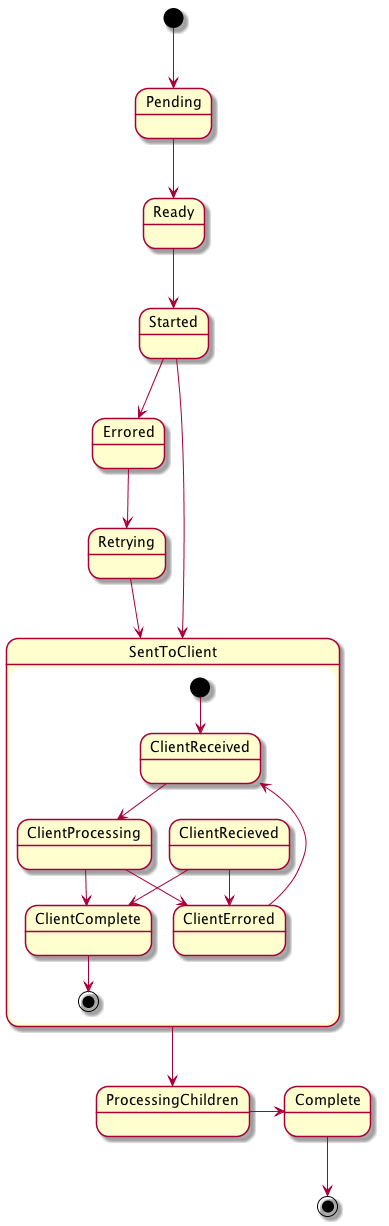
Above: documentation/state_machine.png in groupon/backbeat (PlantUML), before the change. Its diagram source:
```plantuml
@startuml
[*] --> Pending
Pending --> Ready
Ready --> Started
Started --> SentToClient
Started --> Errored

state SentToClient {
  [*] -->  ClientReceived
  ClientReceived -->  ClientProcessing
  ClientRecieved -->  ClientErrored
  ClientProcessing -->  ClientErrored
  ClientProcessing -->  ClientComplete
  ClientRecieved -->  ClientComplete
  ClientErrored -->  ClientReceived
  ClientComplete --> [*]
}
SentToClient --> ProcessingChildren
ProcessingChildren -> Complete

Errored --> Retrying
Retrying --> SentToClient

Complete --> [*]
@enduml
```
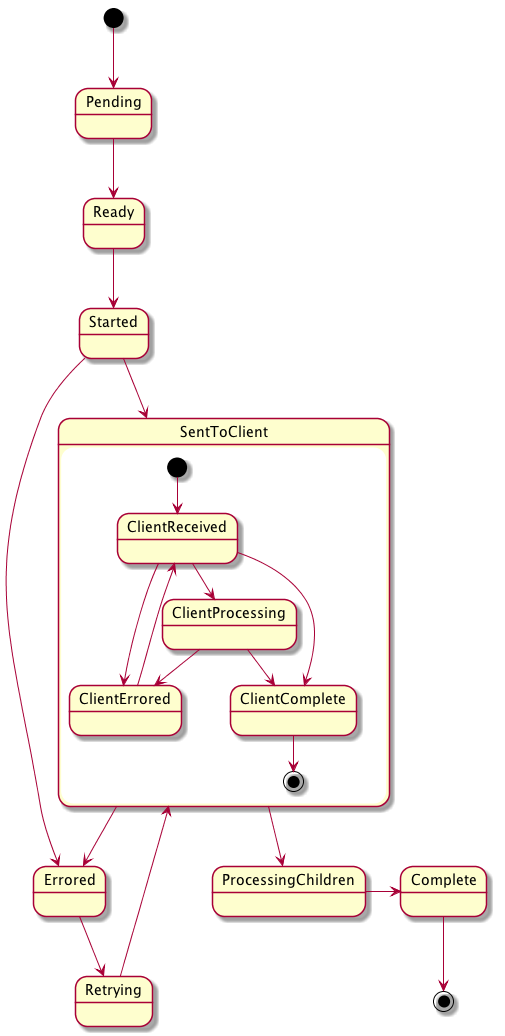
After the commit.

Commit message:
updated to add sent to client error

What changed in the source:
```diff
@@ -8,13 +8,14 @@
 state SentToClient {
   [*] -->  ClientReceived
   ClientReceived -->  ClientProcessing
-  ClientRecieved -->  ClientErrored
+  ClientReceived -->  ClientErrored
   ClientProcessing -->  ClientErrored
   ClientProcessing -->  ClientComplete
-  ClientRecieved -->  ClientComplete
+  ClientReceived -->  ClientComplete
   ClientErrored -->  ClientReceived
   ClientComplete --> [*]
 }
+SentToClient --> Errored
 SentToClient --> ProcessingChildren
 ProcessingChildren -> Complete
 
```
